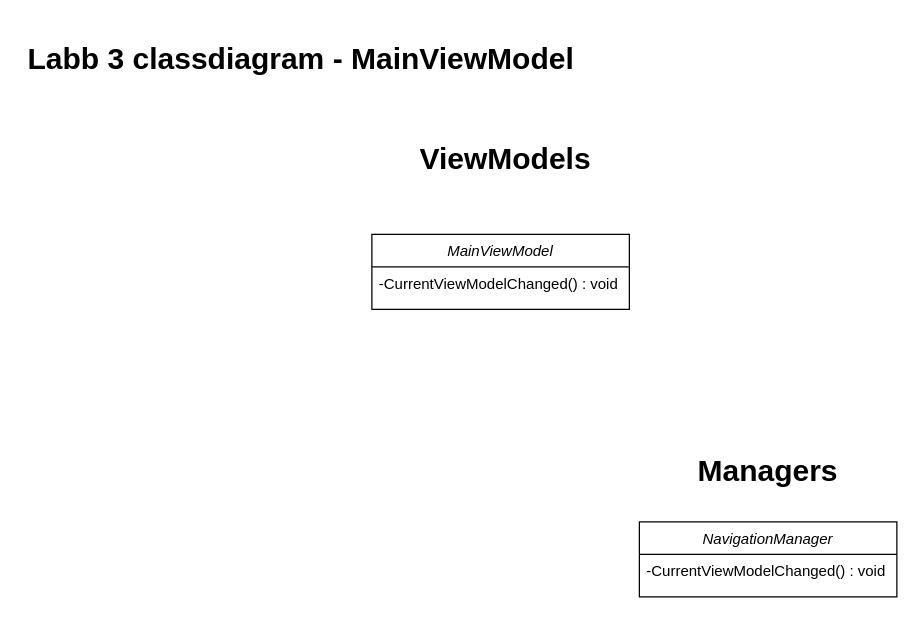
Before: Labb3-Ressurrection/Resources/Images/Namnlöst diagram.drawio in MagSandberg/Labb3-Ressurrection, a draw.io diagram. Source tidied: cells renumbered, new cells numbered last; positions are measured from the earlier drawing's top-left corner, leaving out a move shared by most shapes. Both pictures are drawn from the tidied source at 125%, with x=0, y=0 at pixel (21, 34).
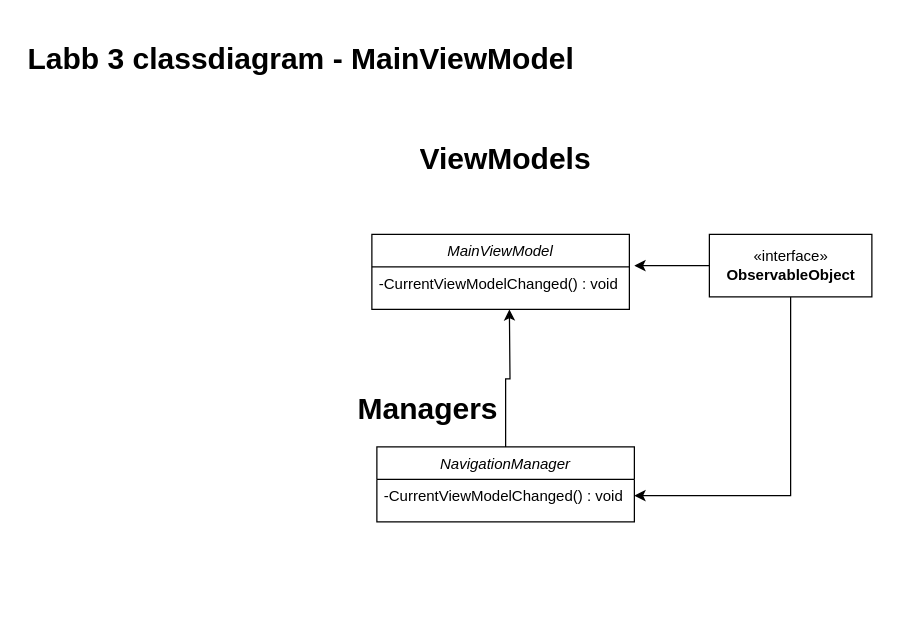
The same page after the edit.

Diff of the diagram source:
```diff
@@
 <mxGraphModel>
   <root>
     <mxCell id="0" />
     <mxCell id="1" parent="0" />
     <mxCell id="2" value="&lt;h1&gt;Labb 3 classdiagram - MainViewModel&lt;/h1&gt;" style="text;html=1;strokeColor=none;fillColor=none;spacing=5;spacingTop=-20;whiteSpace=wrap;overflow=hidden;rounded=0;" parent="1" vertex="1">
       <mxGeometry width="650" height="50" as="geometry" />
     </mxCell>
     <mxCell id="3" value="&lt;h1&gt;ViewModels&lt;/h1&gt;" style="text;html=1;strokeColor=none;fillColor=none;spacing=5;spacingTop=-20;whiteSpace=wrap;overflow=hidden;rounded=0;align=center;" parent="1" vertex="1">
       <mxGeometry x="282" y="80" width="210" height="40" as="geometry" />
     </mxCell>
     <mxCell id="4" value="MainViewModel" style="swimlane;fontStyle=2;align=center;verticalAlign=top;horizontal=1;startSize=26;rounded=0;shadow=0;strokeWidth=1;" parent="1" vertex="1">
       <mxGeometry x="280" y="160" width="206" height="60" as="geometry" />
     </mxCell>
     <mxCell id="5" value="-CurrentViewModelChanged() : void" style="text;align=left;verticalAlign=top;spacingLeft=4;spacingRight=4;overflow=hidden;" parent="4" vertex="1">
       <mxGeometry y="26" width="206" height="26" as="geometry" />
     </mxCell>
     <mxCell id="6" value="&lt;h1&gt;Managers&lt;/h1&gt;" style="text;html=1;strokeColor=none;fillColor=none;spacing=5;spacingTop=-20;whiteSpace=wrap;overflow=hidden;rounded=0;align=center;" parent="1" vertex="1">
-      <mxGeometry x="492" y="330" width="210" height="40" as="geometry" />
+      <mxGeometry x="220" y="280" width="210" height="40" as="geometry" />
     </mxCell>
+    <mxCell id="9" style="edgeStyle=orthogonalEdgeStyle;rounded=0;jettySize=auto;html=1;" parent="1" edge="1" source="7">
+      <mxGeometry relative="1" as="geometry">
+        <mxPoint x="390" y="220" as="targetPoint" />
+      </mxGeometry>
+    </mxCell>
     <mxCell id="7" value="NavigationManager" style="swimlane;fontStyle=2;align=center;verticalAlign=top;horizontal=1;startSize=26;rounded=0;shadow=0;strokeWidth=1;" parent="1" vertex="1">
-      <mxGeometry x="494" y="390" width="206" height="60" as="geometry" />
+      <mxGeometry x="284" y="330" width="206" height="60" as="geometry" />
     </mxCell>
     <mxCell id="8" value="-CurrentViewModelChanged() : void" style="text;align=left;verticalAlign=top;spacingLeft=4;spacingRight=4;overflow=hidden;points=[[0,0.5],[1,0.5]];portConstraint=eastwest;" parent="7" vertex="1">
       <mxGeometry y="26" width="206" height="26" as="geometry" />
     </mxCell>
+    <mxCell id="10" style="edgeStyle=orthogonalEdgeStyle;rounded=0;jettySize=auto;html=1;entryX=1;entryY=0.5;entryDx=0;entryDy=0;" parent="1" edge="1" source="12" target="8">
+      <mxGeometry relative="1" as="geometry" />
+    </mxCell>
+    <mxCell id="11" style="edgeStyle=orthogonalEdgeStyle;rounded=0;jettySize=auto;html=1;" parent="1" edge="1" source="12">
+      <mxGeometry relative="1" as="geometry">
+        <mxPoint x="490" y="185" as="targetPoint" />
+      </mxGeometry>
+    </mxCell>
+    <mxCell id="12" value="«interface»&lt;br&gt;&lt;b&gt;ObservableObject&lt;/b&gt;" style="html=1;" parent="1" vertex="1">
+      <mxGeometry x="550" y="160" width="130" height="50" as="geometry" />
+    </mxCell>
   </root>
 </mxGraphModel>
```
